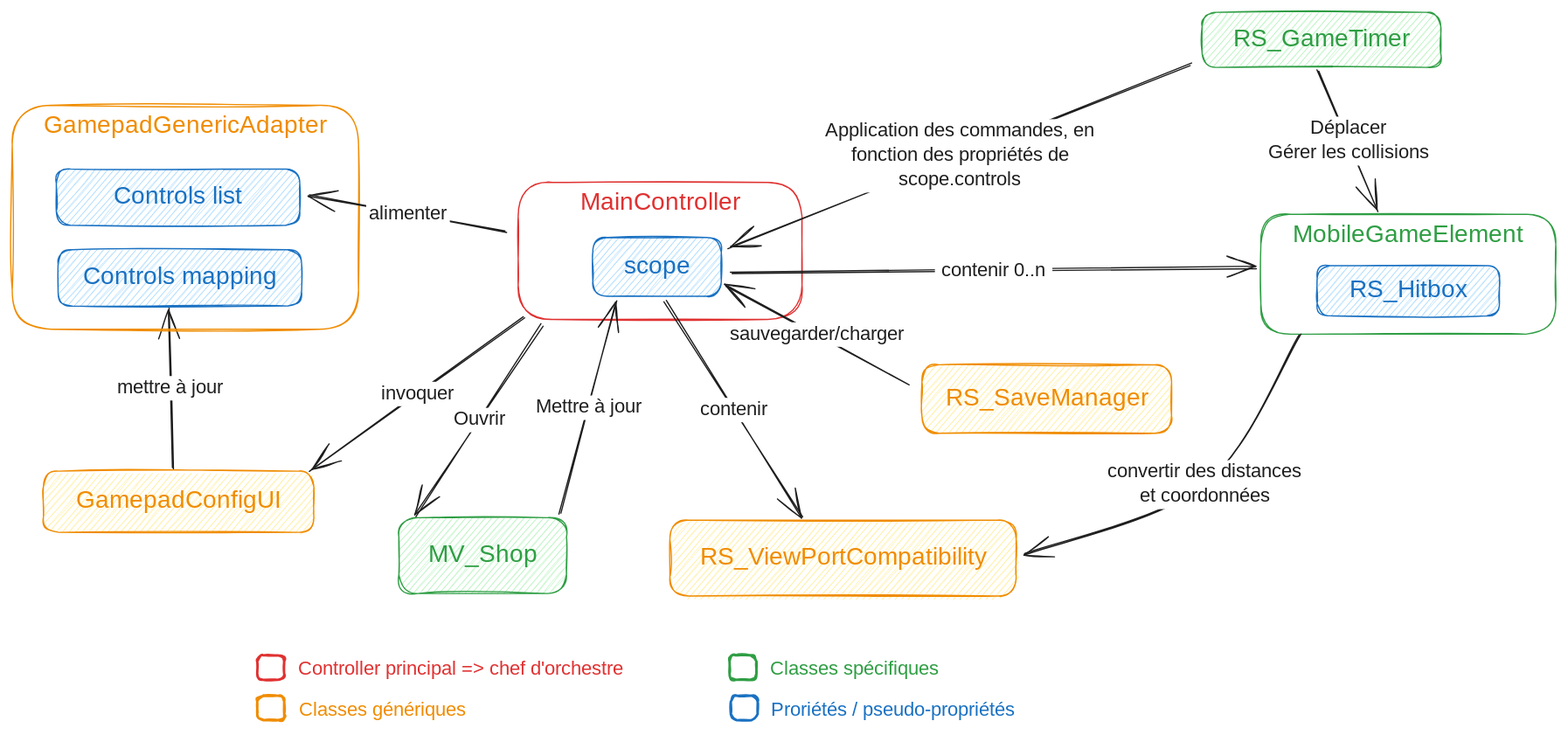
Before: docs/initial_archi.excalidraw.svg, a diagram exported from Excalidraw (thedwarf21/MobsVasion). Source tidied: one line per element, renumbered; positions are measured from the earlier drawing's top-left corner, leaving out a move shared by most shapes. Its diagram source:
```json
{"id": 0, "type": "rectangle", "strokeColor": "#e03131", "strokeWidth": 1, "roughness": 1, "round": true, "x": 414, "y": 139, "width": 232, "height": 112}
{"id": 1, "type": "text", "text": "MainController", "strokeColor": "#e03131", "backgroundColor": "#ffc9c9", "fillStyle": "hachure", "strokeWidth": 1, "roughness": 1, "fontSize": 20, "fontFamily": 5, "textAlign": "center", "inside": 0, "x": 461, "y": 144, "width": 137, "height": 25}
{"id": 2, "type": "rectangle", "strokeColor": "#1971c2", "backgroundColor": "#a5d8ff", "fillStyle": "hachure", "strokeWidth": 1, "roughness": 1, "round": true, "x": 474, "y": 184, "width": 105, "height": 48}
{"id": 3, "type": "text", "text": "scope", "strokeColor": "#1971c2", "strokeWidth": 1, "roughness": 1, "fontSize": 20, "fontFamily": 5, "textAlign": "center", "verticalAlign": "middle", "inside": 2, "x": 500, "y": 196, "width": 54, "height": 25}
{"id": 4, "type": "rectangle", "strokeColor": "#f08c00", "backgroundColor": "#ffec99", "fillStyle": "hachure", "strokeWidth": 1, "roughness": 1, "round": true, "x": 538, "y": 415, "width": 283, "height": 62}
{"id": 5, "type": "text", "text": "RS_ViewPortCompatibility", "strokeColor": "#f08c00", "backgroundColor": "#b2f2bb", "fillStyle": "hachure", "strokeWidth": 1, "roughness": 1, "fontSize": 20, "fontFamily": 5, "textAlign": "center", "verticalAlign": "middle", "inside": 4, "x": 566, "y": 434, "width": 227, "height": 25}
{"id": 6, "type": "rectangle", "strokeColor": "#f08c00", "backgroundColor": "#ffec99", "fillStyle": "hachure", "strokeWidth": 1, "roughness": 1, "round": true, "x": 26, "y": 375, "width": 221, "height": 50}
{"id": 7, "type": "text", "text": "GamepadConfigUI", "strokeColor": "#f08c00", "backgroundColor": "#b2f2bb", "fillStyle": "hachure", "strokeWidth": 1, "roughness": 1, "fontSize": 20, "fontFamily": 5, "textAlign": "center", "verticalAlign": "middle", "inside": 6, "x": 55, "y": 388, "width": 162, "height": 25}
{"id": 8, "type": "arrow", "strokeColor": "#1e1e1e", "strokeWidth": 1, "roughness": 1, "endArrowhead": "arrow", "round": true, "from": 0, "to": 6, "x": 418, "y": 250, "width": 174, "height": 125, "points": [[0, 0], [-174, 125]]}
{"id": 9, "type": "text", "text": "invoquer", "strokeColor": "#1e1e1e", "strokeWidth": 1, "roughness": 1, "fontSize": 16, "fontFamily": 5, "textAlign": "center", "verticalAlign": "middle", "inside": 8, "x": 300, "y": 302, "width": 63, "height": 20}
{"id": 10, "type": "arrow", "strokeColor": "#1e1e1e", "strokeWidth": 1, "roughness": 1, "endArrowhead": "arrow", "round": true, "from": 6, "to": 14, "x": 131, "y": 373, "width": 3, "height": 131, "points": [[0, 0], [-3, -131]]}
{"id": 11, "type": "text", "text": "mettre à jour", "strokeColor": "#1e1e1e", "strokeWidth": 1, "roughness": 1, "fontSize": 16, "fontFamily": 5, "textAlign": "center", "verticalAlign": "middle", "inside": 10, "x": 83, "y": 297, "width": 91, "height": 20}
{"id": 12, "type": "rectangle", "strokeColor": "#f08c00", "strokeWidth": 1, "roughness": 1, "round": true, "x": 0, "y": 76, "width": 283, "height": 183}
{"id": 13, "type": "text", "text": "GamepadGenericAdapter", "strokeColor": "#f08c00", "backgroundColor": "#b2f2bb", "fillStyle": "hachure", "strokeWidth": 1, "roughness": 1, "fontSize": 20, "fontFamily": 5, "textAlign": "center", "inside": 12, "x": 30, "y": 81, "width": 223, "height": 25}
{"id": 14, "type": "rectangle", "strokeColor": "#1971c2", "backgroundColor": "#a5d8ff", "fillStyle": "hachure", "strokeWidth": 1, "roughness": 1, "round": true, "x": 38, "y": 194, "width": 199, "height": 46}
{"id": 15, "type": "text", "text": "Controls mapping", "strokeColor": "#1971c2", "backgroundColor": "#a5d8ff", "fillStyle": "hachure", "strokeWidth": 1, "roughness": 1, "fontSize": 20, "fontFamily": 5, "textAlign": "center", "verticalAlign": "middle", "inside": 14, "x": 58, "y": 204, "width": 158, "height": 25}
{"id": 16, "type": "rectangle", "strokeColor": "#1971c2", "backgroundColor": "#a5d8ff", "fillStyle": "hachure", "strokeWidth": 1, "roughness": 1, "round": true, "x": 36, "y": 128, "width": 199, "height": 46}
{"id": 17, "type": "text", "text": "Controls list", "strokeColor": "#1971c2", "backgroundColor": "#a5d8ff", "fillStyle": "hachure", "strokeWidth": 1, "roughness": 1, "fontSize": 20, "fontFamily": 5, "textAlign": "center", "verticalAlign": "middle", "inside": 16, "x": 83, "y": 138, "width": 104, "height": 25}
{"id": 18, "type": "arrow", "strokeColor": "#1e1e1e", "strokeWidth": 1, "roughness": 1, "endArrowhead": "arrow", "round": true, "from": 0, "to": 16, "x": 404, "y": 180, "width": 161, "height": 30, "points": [[0, 0], [-161, -30]]}
{"id": 19, "type": "text", "text": "alimenter", "strokeColor": "#1e1e1e", "strokeWidth": 1, "roughness": 1, "fontSize": 16, "fontFamily": 5, "textAlign": "center", "verticalAlign": "middle", "inside": 18, "x": 290, "y": 155, "width": 68, "height": 20}
{"id": 20, "type": "arrow", "strokeColor": "#1e1e1e", "strokeWidth": 1, "roughness": 1, "endArrowhead": "arrow", "round": true, "from": 2, "to": 4, "x": 533, "y": 237, "width": 113, "height": 176, "points": [[0, 0], [113, 176]]}
{"id": 21, "type": "text", "text": "contenir", "strokeColor": "#1e1e1e", "strokeWidth": 1, "roughness": 1, "fontSize": 16, "fontFamily": 5, "textAlign": "center", "verticalAlign": "middle", "inside": 20, "x": 561, "y": 315, "width": 62, "height": 20}
{"id": 22, "type": "rectangle", "strokeColor": "#2f9e44", "strokeWidth": 1, "roughness": 1, "round": true, "x": 1020, "y": 165, "width": 241, "height": 98}
{"id": 23, "type": "text", "text": "MobileGameElement", "strokeColor": "#2f9e44", "strokeWidth": 1, "roughness": 1, "fontSize": 20, "fontFamily": 5, "textAlign": "center", "inside": 22, "x": 1049, "y": 170, "width": 184, "height": 25}
{"id": 24, "type": "rectangle", "strokeColor": "#1971c2", "backgroundColor": "#a5d8ff", "fillStyle": "hachure", "strokeWidth": 1, "roughness": 1, "round": true, "x": 1066, "y": 207, "width": 149, "height": 41}
{"id": 25, "type": "text", "text": "RS_Hitbox", "strokeColor": "#1971c2", "backgroundColor": "#a5d8ff", "fillStyle": "hachure", "strokeWidth": 1, "roughness": 1, "fontSize": 20, "fontFamily": 5, "textAlign": "center", "verticalAlign": "middle", "inside": 24, "x": 1096, "y": 215, "width": 89, "height": 25}
{"id": 26, "type": "arrow", "strokeColor": "#1e1e1e", "backgroundColor": "#a5d8ff", "fillStyle": "hachure", "strokeWidth": 1, "roughness": 1, "endArrowhead": "arrow", "round": true, "from": 2, "to": 22, "x": 588, "y": 213, "width": 428, "height": 4, "points": [[0, 0], [428, -4]]}
{"id": 27, "type": "text", "text": "contenir 0..n", "strokeColor": "#1e1e1e", "backgroundColor": "#a5d8ff", "fillStyle": "hachure", "strokeWidth": 1, "roughness": 1, "fontSize": 16, "fontFamily": 5, "textAlign": "center", "verticalAlign": "middle", "inside": 26, "x": 759, "y": 201, "width": 96, "height": 20}
{"id": 28, "type": "arrow", "strokeColor": "#1e1e1e", "backgroundColor": "#a5d8ff", "fillStyle": "hachure", "strokeWidth": 1, "roughness": 1, "endArrowhead": "arrow", "round": true, "from": 22, "to": 4, "x": 1053, "y": 263, "width": 226, "height": 179, "points": [[0, 0], [-78, 123], [-226, 179]]}
{"id": 29, "type": "text", "text": "convertir des distances\net coordonnées", "strokeColor": "#1e1e1e", "backgroundColor": "#a5d8ff", "fillStyle": "hachure", "strokeWidth": 1, "roughness": 1, "fontSize": 16, "fontFamily": 5, "textAlign": "center", "verticalAlign": "middle", "inside": 28, "x": 894, "y": 366, "width": 161, "height": 40}
{"id": 30, "type": "rectangle", "strokeColor": "#2f9e44", "backgroundColor": "#b2f2bb", "fillStyle": "hachure", "strokeWidth": 1, "roughness": 1, "round": true, "x": 972, "y": 0, "width": 195, "height": 45}
{"id": 31, "type": "text", "text": "RS_GameTimer", "strokeColor": "#2f9e44", "backgroundColor": "#b2f2bb", "fillStyle": "hachure", "strokeWidth": 1, "roughness": 1, "fontSize": 20, "fontFamily": 5, "textAlign": "center", "verticalAlign": "middle", "inside": 30, "x": 1004, "y": 10, "width": 132, "height": 25}
{"id": 32, "type": "arrow", "strokeColor": "#1e1e1e", "backgroundColor": "#b2f2bb", "fillStyle": "hachure", "strokeWidth": 1, "roughness": 1, "endArrowhead": "arrow", "round": true, "from": 30, "to": 22, "x": 1068, "y": 48, "width": 48, "height": 114, "points": [[0, 0], [48, 114]]}
{"id": 33, "type": "text", "text": "Déplacer\nGérer les collisions", "strokeColor": "#1e1e1e", "backgroundColor": "#b2f2bb", "fillStyle": "hachure", "strokeWidth": 1, "roughness": 1, "fontSize": 16, "fontFamily": 5, "textAlign": "center", "verticalAlign": "middle", "inside": 32, "x": 970, "y": 55, "width": 144, "height": 40}
{"id": 34, "type": "arrow", "strokeColor": "#1e1e1e", "backgroundColor": "#b2f2bb", "fillStyle": "hachure", "strokeWidth": 1, "roughness": 1, "endArrowhead": "arrow", "round": true, "from": 30, "to": 2, "x": 963, "y": 42, "width": 378, "height": 150, "points": [[0, 0], [-378, 150]]}
{"id": 35, "type": "text", "text": "Application des commandes, en\nfonction des propriétés de\nscope.controls", "strokeColor": "#1e1e1e", "backgroundColor": "#b2f2bb", "fillStyle": "hachure", "strokeWidth": 1, "roughness": 1, "fontSize": 16, "fontFamily": 5, "textAlign": "center", "verticalAlign": "middle", "inside": 34, "x": 626, "y": 55, "width": 234, "height": 60}
{"id": 36, "type": "rectangle", "strokeColor": "#f08c00", "backgroundColor": "#ffec99", "fillStyle": "hachure", "strokeWidth": 1, "roughness": 1, "round": true, "x": 744, "y": 288, "width": 204, "height": 56}
{"id": 37, "type": "text", "text": "RS_SaveManager", "strokeColor": "#f08c00", "backgroundColor": "#b2f2bb", "fillStyle": "hachure", "strokeWidth": 1, "roughness": 1, "fontSize": 20, "fontFamily": 5, "textAlign": "center", "verticalAlign": "middle", "inside": 36, "x": 770, "y": 304, "width": 150, "height": 25}
{"id": 38, "type": "arrow", "strokeColor": "#1e1e1e", "backgroundColor": "#b2f2bb", "fillStyle": "hachure", "strokeWidth": 1, "roughness": 1, "endArrowhead": "arrow", "round": true, "from": 36, "to": 2, "x": 732, "y": 303, "width": 148, "height": 80, "points": [[0, 0], [-148, -80]]}
{"id": 39, "type": "text", "text": "sauvegarder/charger", "strokeColor": "#1e1e1e", "backgroundColor": "#b2f2bb", "fillStyle": "hachure", "strokeWidth": 1, "roughness": 1, "fontSize": 16, "fontFamily": 5, "textAlign": "center", "verticalAlign": "middle", "inside": 38, "x": 585, "y": 253, "width": 158, "height": 20}
{"id": 40, "type": "rectangle", "strokeColor": "#2f9e44", "backgroundColor": "#b2f2bb", "fillStyle": "hachure", "strokeWidth": 1, "roughness": 1, "round": true, "x": 316, "y": 413, "width": 137, "height": 62}
{"id": 41, "type": "text", "text": "MV_Shop", "strokeColor": "#2f9e44", "backgroundColor": "#b2f2bb", "fillStyle": "hachure", "strokeWidth": 1, "roughness": 1, "fontSize": 20, "fontFamily": 5, "textAlign": "center", "verticalAlign": "middle", "inside": 40, "x": 342, "y": 432, "width": 84, "height": 25}
{"id": 42, "type": "arrow", "strokeColor": "#1e1e1e", "backgroundColor": "#b2f2bb", "fillStyle": "hachure", "strokeWidth": 1, "roughness": 1, "endArrowhead": "arrow", "round": true, "from": 0, "to": 40, "x": 433, "y": 255, "width": 103, "height": 156, "points": [[0, 0], [-103, 156]]}
{"id": 43, "type": "text", "text": "Ouvrir", "strokeColor": "#1e1e1e", "backgroundColor": "#b2f2bb", "fillStyle": "hachure", "strokeWidth": 1, "roughness": 1, "fontSize": 16, "fontFamily": 5, "textAlign": "center", "verticalAlign": "middle", "inside": 42, "x": 359, "y": 324, "width": 47, "height": 20}
{"id": 44, "type": "arrow", "strokeColor": "#1e1e1e", "backgroundColor": "#b2f2bb", "fillStyle": "hachure", "strokeWidth": 1, "roughness": 1, "endArrowhead": "arrow", "round": true, "from": 40, "to": 2, "x": 448, "y": 410, "width": 46, "height": 173, "points": [[0, 0], [46, -173]]}
{"id": 45, "type": "text", "text": "Mettre à jour", "strokeColor": "#1e1e1e", "backgroundColor": "#b2f2bb", "fillStyle": "hachure", "strokeWidth": 1, "roughness": 1, "fontSize": 16, "fontFamily": 5, "textAlign": "center", "verticalAlign": "middle", "inside": 44, "x": 424, "y": 314, "width": 105, "height": 20}
{"id": 46, "type": "rectangle", "strokeColor": "#e03131", "strokeWidth": 2, "roughness": 1, "round": true, "x": 200, "y": 526, "width": 22, "height": 20}
{"id": 47, "type": "text", "text": "Controller principal => chef d'orchestre", "strokeColor": "#e03131", "strokeWidth": 2, "roughness": 1, "fontSize": 16, "fontFamily": 5, "x": 233, "y": 528, "width": 305, "height": 20}
{"id": 48, "type": "rectangle", "strokeColor": "#f08c00", "strokeWidth": 2, "roughness": 1, "round": true, "x": 200, "y": 558, "width": 22, "height": 20}
{"id": 49, "type": "text", "text": "Classes génériques", "strokeColor": "#f08c00", "strokeWidth": 2, "roughness": 1, "fontSize": 16, "fontFamily": 5, "x": 234, "y": 560, "width": 151, "height": 20}
{"id": 50, "type": "rectangle", "strokeColor": "#2f9e44", "strokeWidth": 2, "roughness": 1, "round": true, "x": 586, "y": 526, "width": 22, "height": 20}
{"id": 51, "type": "text", "text": "Classes spécifiques", "strokeColor": "#2f9e44", "strokeWidth": 2, "roughness": 1, "fontSize": 16, "fontFamily": 5, "x": 619, "y": 528, "width": 152, "height": 20}
{"id": 52, "type": "rectangle", "strokeColor": "#1971c2", "strokeWidth": 2, "roughness": 1, "round": true, "x": 587, "y": 558, "width": 22, "height": 20}
{"id": 53, "type": "text", "text": "Proriétés / pseudo-propriétés", "strokeColor": "#1971c2", "strokeWidth": 2, "roughness": 1, "fontSize": 16, "fontFamily": 5, "x": 620, "y": 560, "width": 241, "height": 20}
```
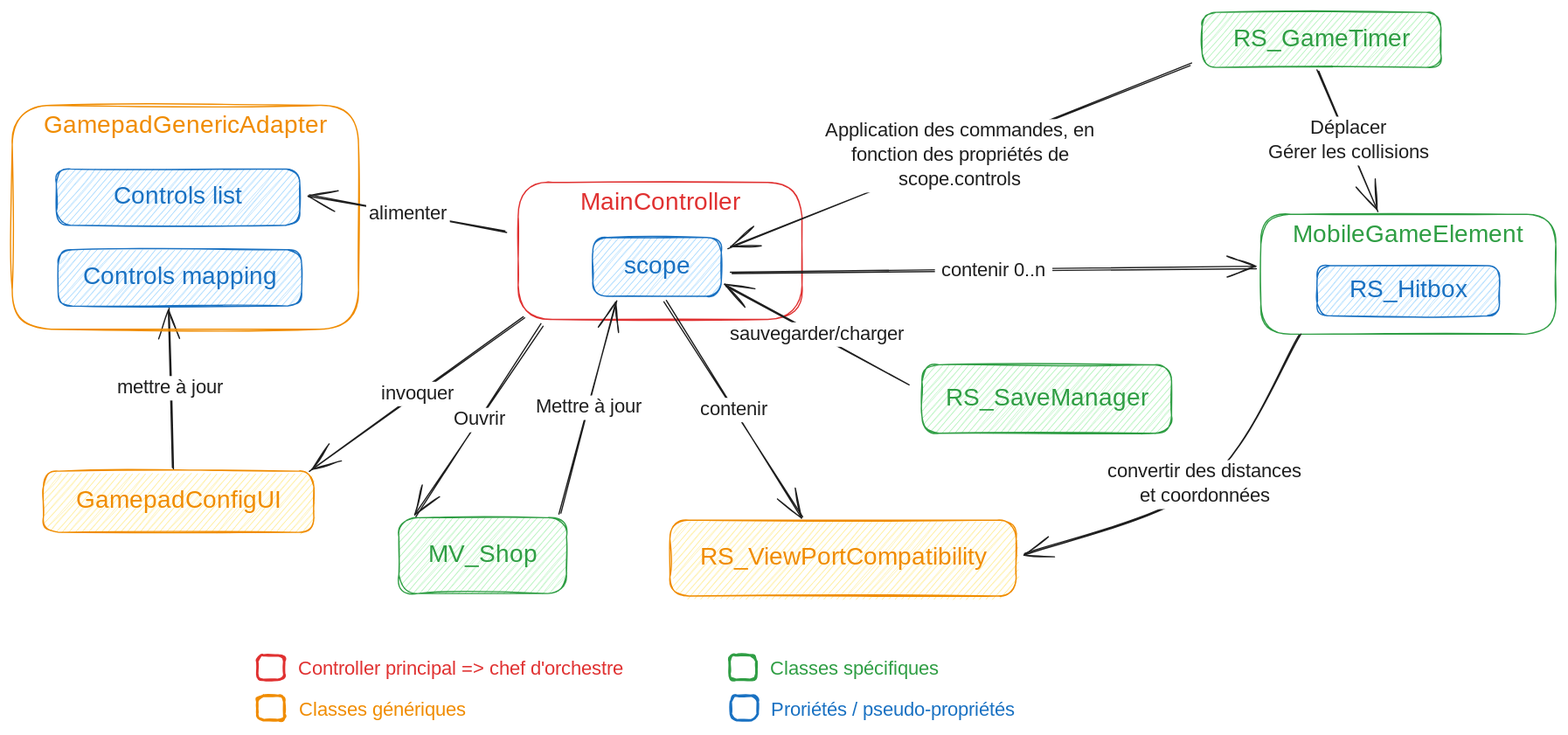
Above is the later version.

Change to the diagram source:
```diff
@@ -34,8 +34,8 @@
 {"id": 33, "type": "text", "text": "Déplacer\nGérer les collisions", "strokeColor": "#1e1e1e", "backgroundColor": "#b2f2bb", "fillStyle": "hachure", "strokeWidth": 1, "roughness": 1, "fontSize": 16, "fontFamily": 5, "textAlign": "center", "verticalAlign": "middle", "inside": 32, "x": 970, "y": 55, "width": 144, "height": 40}
 {"id": 34, "type": "arrow", "strokeColor": "#1e1e1e", "backgroundColor": "#b2f2bb", "fillStyle": "hachure", "strokeWidth": 1, "roughness": 1, "endArrowhead": "arrow", "round": true, "from": 30, "to": 2, "x": 963, "y": 42, "width": 378, "height": 150, "points": [[0, 0], [-378, 150]]}
 {"id": 35, "type": "text", "text": "Application des commandes, en\nfonction des propriétés de\nscope.controls", "strokeColor": "#1e1e1e", "backgroundColor": "#b2f2bb", "fillStyle": "hachure", "strokeWidth": 1, "roughness": 1, "fontSize": 16, "fontFamily": 5, "textAlign": "center", "verticalAlign": "middle", "inside": 34, "x": 626, "y": 55, "width": 234, "height": 60}
-{"id": 36, "type": "rectangle", "strokeColor": "#f08c00", "backgroundColor": "#ffec99", "fillStyle": "hachure", "strokeWidth": 1, "roughness": 1, "round": true, "x": 744, "y": 288, "width": 204, "height": 56}
+{"id": 36, "type": "rectangle", "strokeColor": "#2f9e44", "backgroundColor": "#b2f2bb", "fillStyle": "hachure", "strokeWidth": 1, "roughness": 1, "round": true, "x": 744, "y": 288, "width": 204, "height": 56}
-{"id": 37, "type": "text", "text": "RS_SaveManager", "strokeColor": "#f08c00", "backgroundColor": "#b2f2bb", "fillStyle": "hachure", "strokeWidth": 1, "roughness": 1, "fontSize": 20, "fontFamily": 5, "textAlign": "center", "verticalAlign": "middle", "inside": 36, "x": 770, "y": 304, "width": 150, "height": 25}
+{"id": 37, "type": "text", "text": "RS_SaveManager", "strokeColor": "#2f9e44", "backgroundColor": "#b2f2bb", "fillStyle": "hachure", "strokeWidth": 1, "roughness": 1, "fontSize": 20, "fontFamily": 5, "textAlign": "center", "verticalAlign": "middle", "inside": 36, "x": 770, "y": 304, "width": 150, "height": 25}
 {"id": 38, "type": "arrow", "strokeColor": "#1e1e1e", "backgroundColor": "#b2f2bb", "fillStyle": "hachure", "strokeWidth": 1, "roughness": 1, "endArrowhead": "arrow", "round": true, "from": 36, "to": 2, "x": 732, "y": 303, "width": 148, "height": 80, "points": [[0, 0], [-148, -80]]}
 {"id": 39, "type": "text", "text": "sauvegarder/charger", "strokeColor": "#1e1e1e", "backgroundColor": "#b2f2bb", "fillStyle": "hachure", "strokeWidth": 1, "roughness": 1, "fontSize": 16, "fontFamily": 5, "textAlign": "center", "verticalAlign": "middle", "inside": 38, "x": 585, "y": 253, "width": 158, "height": 20}
 {"id": 40, "type": "rectangle", "strokeColor": "#2f9e44", "backgroundColor": "#b2f2bb", "fillStyle": "hachure", "strokeWidth": 1, "roughness": 1, "round": true, "x": 316, "y": 413, "width": 137, "height": 62}
```
